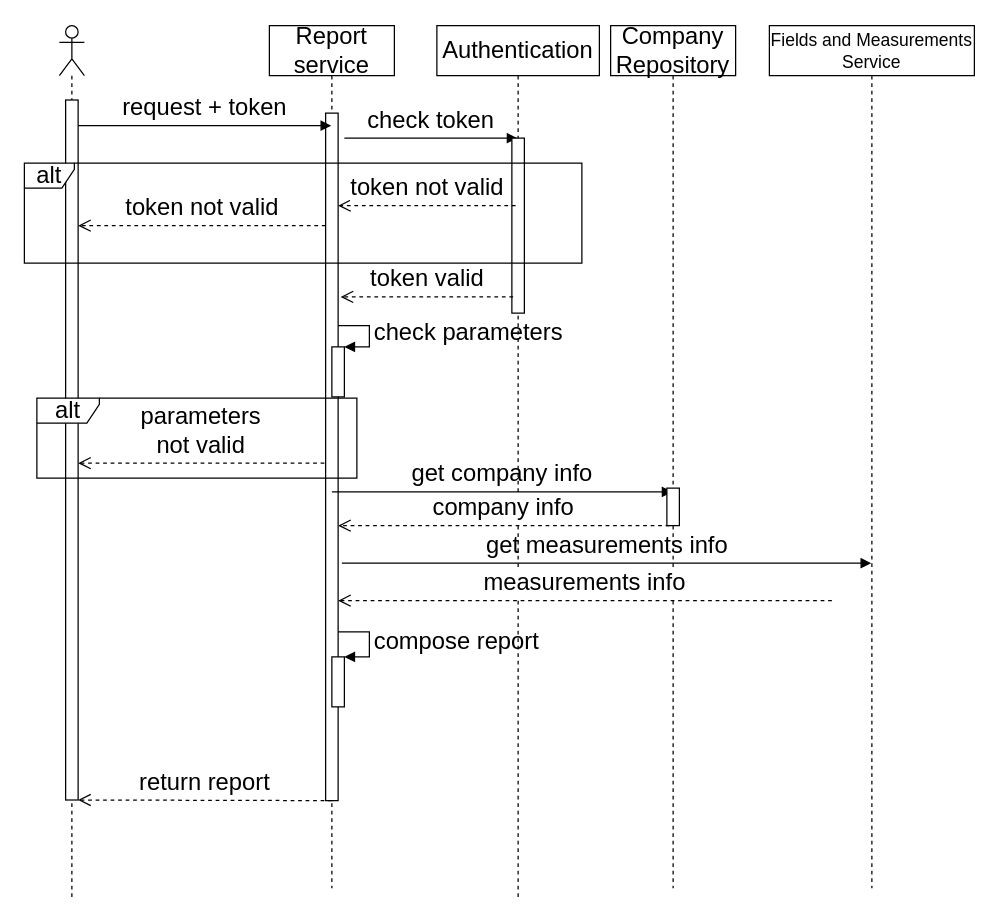
The draw.io diagram sequence_big.drawio in maksouth/cloud-gis-design, before the edit. Source tidied: cells renumbered, new cells numbered last; positions are measured from the earlier drawing's top-left corner, leaving out a move shared by most shapes. Both pictures are drawn from the tidied source at 125%, with x=0, y=0 at pixel (24, 25).
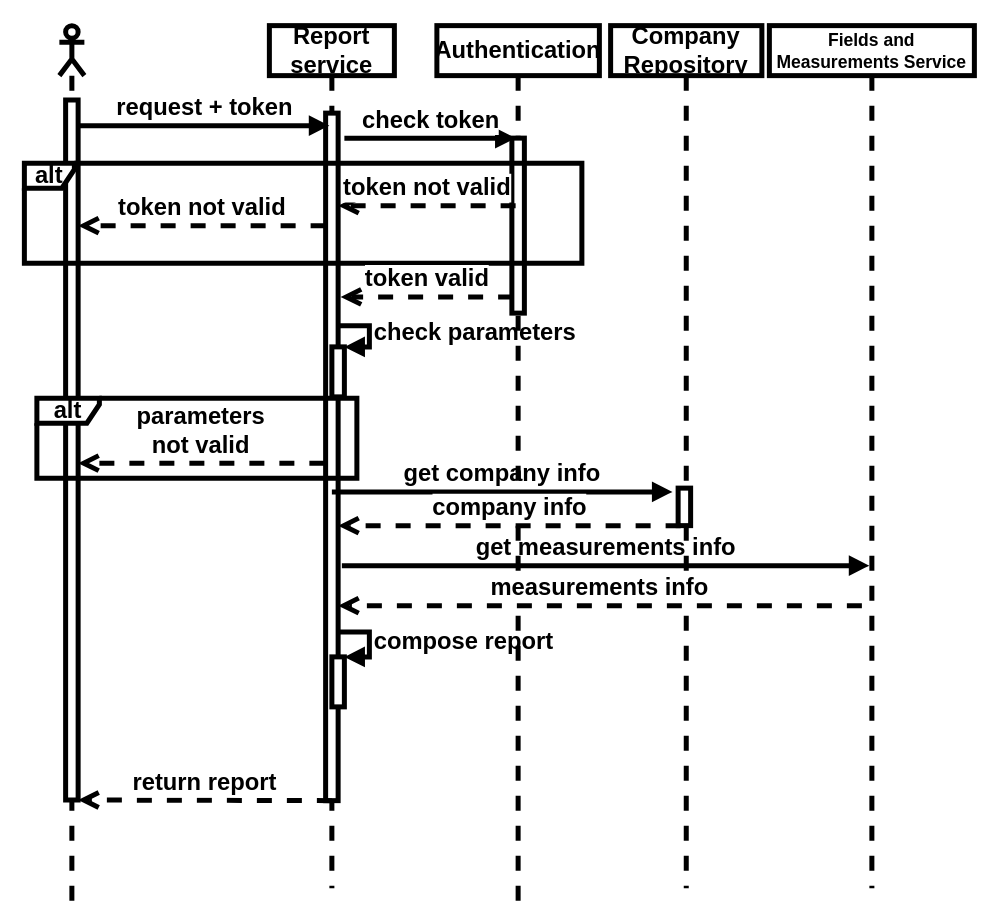
The same page after the edit.

Change to the diagram source:
```diff
@@
-    <mxCell id="2" style="shape=umlLifeline;participant=umlActor;perimeter=lifelinePerimeter;whiteSpace=wrap;html=1;verticalAlign=top;spacingTop=36;labelBackgroundColor=#ffffff;fontSize=19;" parent="1" vertex="1">
+    <mxCell id="2" style="shape=umlLifeline;participant=umlActor;perimeter=lifelinePerimeter;whiteSpace=wrap;html=1;verticalAlign=top;spacingTop=36;labelBackgroundColor=#ffffff;fontSize=19;fontStyle=1;strokeWidth=4;" parent="1" vertex="1">
       <mxGeometry x="28" width="20" height="700" as="geometry" />
     </mxCell>
-    <mxCell id="3" style="html=1;points=[];perimeter=orthogonalPerimeter;fontSize=19;" parent="2" vertex="1">
+    <mxCell id="3" style="html=1;points=[];perimeter=orthogonalPerimeter;fontSize=19;fontStyle=1;strokeWidth=4;" parent="2" vertex="1">
       <mxGeometry x="5" y="59.5" width="10" height="560" as="geometry" />
     </mxCell>
-    <mxCell id="4" value="Report service" style="shape=umlLifeline;perimeter=lifelinePerimeter;whiteSpace=wrap;html=1;outlineConnect=0;fontSize=19;" parent="1" vertex="1">
+    <mxCell id="4" value="Report service" style="shape=umlLifeline;perimeter=lifelinePerimeter;whiteSpace=wrap;html=1;outlineConnect=0;fontSize=19;fontStyle=1;strokeWidth=4;" parent="1" vertex="1">
       <mxGeometry x="196" width="100" height="690" as="geometry" />
     </mxCell>
-    <mxCell id="5" style="html=1;points=[];perimeter=orthogonalPerimeter;fontSize=19;" parent="4" vertex="1">
+    <mxCell id="5" style="html=1;points=[];perimeter=orthogonalPerimeter;fontSize=19;fontStyle=1;strokeWidth=4;" parent="4" vertex="1">
       <mxGeometry x="45" y="70" width="10" height="550" as="geometry" />
     </mxCell>
-    <mxCell id="6" value="check token" style="html=1;verticalAlign=bottom;endArrow=block;fontSize=19;" parent="4" edge="1" target="14">
+    <mxCell id="6" value="check token" style="html=1;verticalAlign=bottom;endArrow=block;fontSize=19;fontStyle=1;strokeWidth=4;" parent="4" edge="1" target="14">
       <mxGeometry relative="1" as="geometry">
         <mxPoint x="60" y="90" as="sourcePoint" />
       </mxGeometry>
     </mxCell>
-    <mxCell id="7" style="html=1;points=[];perimeter=orthogonalPerimeter;fontSize=19;" parent="4" vertex="1">
+    <mxCell id="7" style="html=1;points=[];perimeter=orthogonalPerimeter;fontSize=19;fontStyle=1;strokeWidth=4;" parent="4" vertex="1">
       <mxGeometry x="50" y="257" width="10" height="40" as="geometry" />
     </mxCell>
-    <mxCell id="8" value="check parameters" style="edgeStyle=orthogonalEdgeStyle;html=1;align=left;spacingLeft=2;endArrow=block;rounded=0;entryX=1;entryY=0;fontSize=19;" parent="4" edge="1" target="7">
+    <mxCell id="8" value="check parameters" style="edgeStyle=orthogonalEdgeStyle;html=1;align=left;spacingLeft=2;endArrow=block;rounded=0;entryX=1;entryY=0;fontSize=19;fontStyle=1;strokeWidth=4;" parent="4" edge="1" target="7">
       <mxGeometry relative="1" as="geometry">
         <mxPoint x="55" y="240" as="sourcePoint" />
         <Array as="points">
           <mxPoint x="80" y="240" />
         </Array>
       </mxGeometry>
     </mxCell>
-    <mxCell id="9" value="get company info" style="html=1;verticalAlign=bottom;endArrow=block;fontSize=19;" parent="4" edge="1">
+    <mxCell id="9" value="get company info" style="html=1;verticalAlign=bottom;endArrow=block;fontSize=19;fontStyle=1;strokeWidth=4;" parent="4" edge="1">
       <mxGeometry relative="1" as="geometry">
         <mxPoint x="50" y="373" as="sourcePoint" />
         <mxPoint x="322.5" y="373" as="targetPoint" />
       </mxGeometry>
     </mxCell>
-    <mxCell id="10" value="get measurements info" style="html=1;verticalAlign=bottom;endArrow=block;fontSize=19;" parent="4" edge="1" target="25">
+    <mxCell id="10" value="get measurements info" style="html=1;verticalAlign=bottom;endArrow=block;fontSize=19;fontStyle=1;strokeWidth=4;" parent="4" edge="1">
       <mxGeometry relative="1" as="geometry">
-        <mxPoint x="58" y="430" as="sourcePoint" />
+        <mxPoint x="58" y="432" as="sourcePoint" />
+        <mxPoint x="480" y="432" as="targetPoint" />
       </mxGeometry>
     </mxCell>
-    <mxCell id="11" style="html=1;points=[];perimeter=orthogonalPerimeter;fontSize=19;" parent="4" vertex="1">
+    <mxCell id="11" style="html=1;points=[];perimeter=orthogonalPerimeter;fontSize=19;fontStyle=1;strokeWidth=4;" parent="4" vertex="1">
       <mxGeometry x="50" y="505" width="10" height="40" as="geometry" />
     </mxCell>
-    <mxCell id="12" value="compose report" style="edgeStyle=orthogonalEdgeStyle;html=1;align=left;spacingLeft=2;endArrow=block;rounded=0;entryX=1;entryY=0;fontSize=19;" parent="4" edge="1" target="11">
+    <mxCell id="12" value="compose report" style="edgeStyle=orthogonalEdgeStyle;html=1;align=left;spacingLeft=2;endArrow=block;rounded=0;entryX=1;entryY=0;fontSize=19;fontStyle=1;strokeWidth=4;" parent="4" edge="1" target="11">
       <mxGeometry relative="1" as="geometry">
         <mxPoint x="55" y="485" as="sourcePoint" />
         <Array as="points">
           <mxPoint x="80" y="485" />
         </Array>
       </mxGeometry>
     </mxCell>
-    <mxCell id="13" value="request + token" style="html=1;verticalAlign=bottom;endArrow=block;fontSize=19;" parent="1" edge="1" source="3" target="4">
+    <mxCell id="13" value="request + token" style="html=1;verticalAlign=bottom;endArrow=block;fontSize=19;fontStyle=1;strokeWidth=4;" parent="1" edge="1" source="3" target="4">
       <mxGeometry relative="1" as="geometry">
         <Array as="points">
           <mxPoint x="226" y="80" />
         </Array>
       </mxGeometry>
     </mxCell>
-    <mxCell id="14" value="Authentication" style="shape=umlLifeline;perimeter=lifelinePerimeter;whiteSpace=wrap;html=1;outlineConnect=0;fontSize=19;" parent="1" vertex="1">
+    <mxCell id="14" value="Authentication" style="shape=umlLifeline;perimeter=lifelinePerimeter;whiteSpace=wrap;html=1;outlineConnect=0;fontSize=19;fontStyle=1;strokeWidth=4;" parent="1" vertex="1">
       <mxGeometry x="330" width="130" height="700" as="geometry" />
     </mxCell>
-    <mxCell id="15" style="html=1;perimeter=orthogonalPerimeter;fontSize=19;" parent="14" vertex="1">
+    <mxCell id="15" style="html=1;perimeter=orthogonalPerimeter;fontSize=19;fontStyle=1;strokeWidth=4;" parent="14" vertex="1">
       <mxGeometry x="60" y="90" width="10" height="140" as="geometry" />
     </mxCell>
-    <mxCell id="16" value="alt" style="shape=umlFrame;whiteSpace=wrap;html=1;width=40;height=20;fontSize=19;" parent="1" vertex="1">
+    <mxCell id="16" value="alt" style="shape=umlFrame;whiteSpace=wrap;html=1;width=40;height=20;fontSize=19;fontStyle=1;strokeWidth=4;" parent="1" vertex="1">
       <mxGeometry y="110" width="446" height="80" as="geometry" />
     </mxCell>
-    <mxCell id="17" value="token not valid&lt;br style=&quot;font-size: 19px;&quot;&gt;" style="html=1;verticalAlign=bottom;endArrow=open;dashed=1;endSize=8;exitX=0.2;exitY=0.339;exitDx=0;exitDy=0;exitPerimeter=0;fontSize=19;" parent="1" edge="1">
+    <mxCell id="17" value="token not valid&lt;br style=&quot;font-size: 19px;&quot;&gt;" style="html=1;verticalAlign=bottom;endArrow=open;dashed=1;endSize=8;exitX=0.2;exitY=0.339;exitDx=0;exitDy=0;exitPerimeter=0;fontSize=19;fontStyle=1;strokeWidth=4;" parent="1" edge="1">
       <mxGeometry relative="1" as="geometry">
         <mxPoint x="393" y="144" as="sourcePoint" />
         <mxPoint x="251" y="144" as="targetPoint" />
       </mxGeometry>
     </mxCell>
-    <mxCell id="18" value="token not valid" style="html=1;verticalAlign=bottom;endArrow=open;dashed=1;endSize=8;fontSize=19;" parent="1" edge="1" source="5" target="3">
+    <mxCell id="18" value="token not valid" style="html=1;verticalAlign=bottom;endArrow=open;dashed=1;endSize=8;fontSize=19;fontStyle=1;strokeWidth=4;" parent="1" edge="1" source="5" target="3">
       <mxGeometry relative="1" as="geometry">
         <Array as="points">
           <mxPoint x="216" y="160" />
         </Array>
       </mxGeometry>
     </mxCell>
-    <mxCell id="19" value="token valid" style="html=1;verticalAlign=bottom;endArrow=open;dashed=1;endSize=8;entryX=1.2;entryY=0.351;entryDx=0;entryDy=0;entryPerimeter=0;fontSize=19;" parent="1" edge="1">
+    <mxCell id="19" value="token valid" style="html=1;verticalAlign=bottom;endArrow=open;dashed=1;endSize=8;entryX=1.2;entryY=0.351;entryDx=0;entryDy=0;entryPerimeter=0;fontSize=19;fontStyle=1;strokeWidth=4;" parent="1" edge="1">
       <mxGeometry relative="1" as="geometry">
         <mxPoint x="391" y="217" as="sourcePoint" />
         <mxPoint x="253" y="217" as="targetPoint" />
       </mxGeometry>
     </mxCell>
-    <mxCell id="20" value="Company Repository" style="shape=umlLifeline;perimeter=lifelinePerimeter;whiteSpace=wrap;html=1;fontSize=19;" parent="1" vertex="1">
-      <mxGeometry x="469" width="100" height="690" as="geometry" />
+    <mxCell id="20" value="Company Repository" style="shape=umlLifeline;perimeter=lifelinePerimeter;whiteSpace=wrap;html=1;fontSize=19;fontStyle=1;strokeWidth=4;" parent="1" vertex="1">
+      <mxGeometry x="469" width="121" height="690" as="geometry" />
     </mxCell>
-    <mxCell id="21" style="html=1;points=[];perimeter=orthogonalPerimeter;fontSize=19;" parent="20" vertex="1">
-      <mxGeometry x="45" y="370" width="10" height="30" as="geometry" />
+    <mxCell id="21" style="html=1;points=[];perimeter=orthogonalPerimeter;fontSize=19;fontStyle=1;strokeWidth=4;" parent="20" vertex="1">
+      <mxGeometry x="54" y="370" width="10" height="30" as="geometry" />
     </mxCell>
-    <mxCell id="22" value="alt" style="shape=umlFrame;whiteSpace=wrap;html=1;width=50;height=20;fontSize=19;" parent="1" vertex="1">
+    <mxCell id="22" value="alt" style="shape=umlFrame;whiteSpace=wrap;html=1;width=50;height=20;fontSize=19;fontStyle=1;strokeWidth=4;" parent="1" vertex="1">
       <mxGeometry x="10" y="298" width="256" height="64" as="geometry" />
     </mxCell>
-    <mxCell id="23" value="parameters &lt;br style=&quot;font-size: 19px;&quot;&gt;not valid" style="html=1;verticalAlign=bottom;endArrow=open;dashed=1;endSize=8;exitX=-0.1;exitY=0.609;exitDx=0;exitDy=0;exitPerimeter=0;fontSize=19;" parent="1" edge="1">
+    <mxCell id="23" value="parameters &lt;br style=&quot;font-size: 19px;&quot;&gt;not valid" style="html=1;verticalAlign=bottom;endArrow=open;dashed=1;endSize=8;exitX=-0.1;exitY=0.609;exitDx=0;exitDy=0;exitPerimeter=0;fontSize=19;fontStyle=1;strokeWidth=4;" parent="1" edge="1">
       <mxGeometry relative="1" as="geometry">
         <mxPoint x="240" y="350" as="sourcePoint" />
         <mxPoint x="43" y="350" as="targetPoint" />
       </mxGeometry>
     </mxCell>
-    <mxCell id="24" value="company info" style="html=1;verticalAlign=bottom;endArrow=open;dashed=1;endSize=8;exitX=0.2;exitY=1;exitDx=0;exitDy=0;exitPerimeter=0;fontSize=19;" parent="1" edge="1" source="21" target="5">
+    <mxCell id="24" value="company info" style="html=1;verticalAlign=bottom;endArrow=open;dashed=1;endSize=8;exitX=0.2;exitY=1;exitDx=0;exitDy=0;exitPerimeter=0;fontSize=19;fontStyle=1;strokeWidth=4;" parent="1" edge="1" source="21" target="5">
       <mxGeometry relative="1" as="geometry" />
     </mxCell>
-    <mxCell id="25" value="Fields and Measurements Service" style="shape=umlLifeline;perimeter=lifelinePerimeter;whiteSpace=wrap;html=1;outlineConnect=0;fontSize=14;" parent="1" vertex="1">
+    <mxCell id="25" value="Fields and Measurements Service" style="shape=umlLifeline;perimeter=lifelinePerimeter;whiteSpace=wrap;html=1;outlineConnect=0;fontSize=14;fontStyle=1;strokeWidth=4;" parent="1" vertex="1">
       <mxGeometry x="596" width="164" height="690" as="geometry" />
     </mxCell>
-    <mxCell id="26" value="measurements info" style="html=1;verticalAlign=bottom;endArrow=open;dashed=1;endSize=8;fontSize=19;" parent="1" edge="1" target="5">
+    <mxCell id="26" value="measurements info" style="html=1;verticalAlign=bottom;endArrow=open;dashed=1;endSize=8;fontSize=19;fontStyle=1;strokeWidth=4;" parent="1" edge="1">
       <mxGeometry relative="1" as="geometry">
-        <mxPoint x="646" y="460" as="sourcePoint" />
+        <mxPoint x="670" y="464" as="sourcePoint" />
+        <mxPoint x="251" y="464" as="targetPoint" />
       </mxGeometry>
     </mxCell>
-    <mxCell id="27" value="return report" style="html=1;verticalAlign=bottom;endArrow=open;dashed=1;endSize=8;fontSize=19;" parent="1" edge="1" target="3">
+    <mxCell id="27" value="return report" style="html=1;verticalAlign=bottom;endArrow=open;dashed=1;endSize=8;fontSize=19;fontStyle=1;strokeWidth=4;" parent="1" edge="1" target="3">
       <mxGeometry relative="1" as="geometry">
         <mxPoint x="246" y="620" as="sourcePoint" />
       </mxGeometry>
     </mxCell>
```
